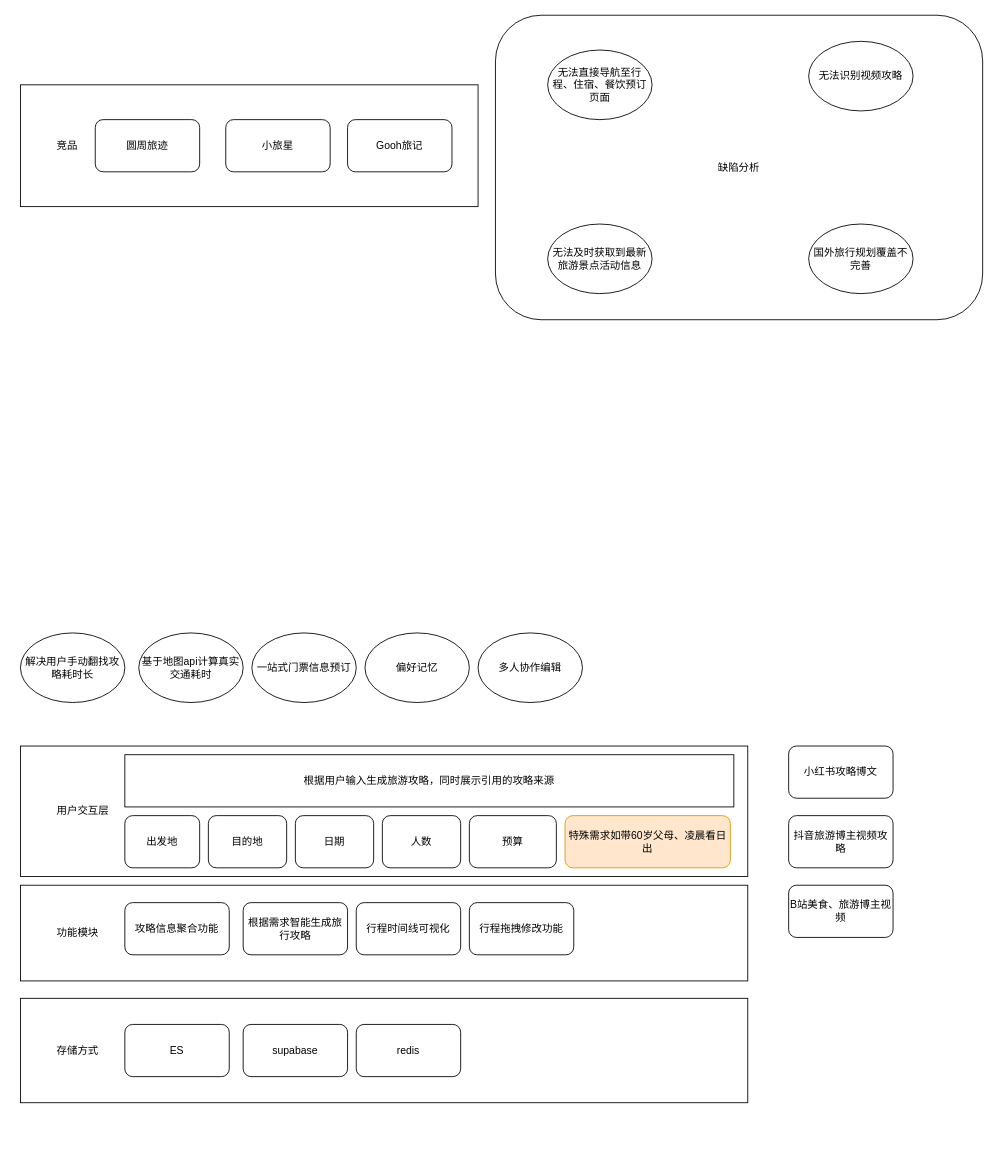
Earlier version of the draw.io diagram 未命名绘图.drawio (Sandwich-git/awesome-java-cn). Source tidied: cells renumbered, new cells numbered last; positions are measured from the earlier drawing's top-left corner, leaving out a move shared by most shapes. Both pictures are drawn from the tidied source at 87%, with x=0, y=0 at pixel (20, 15).
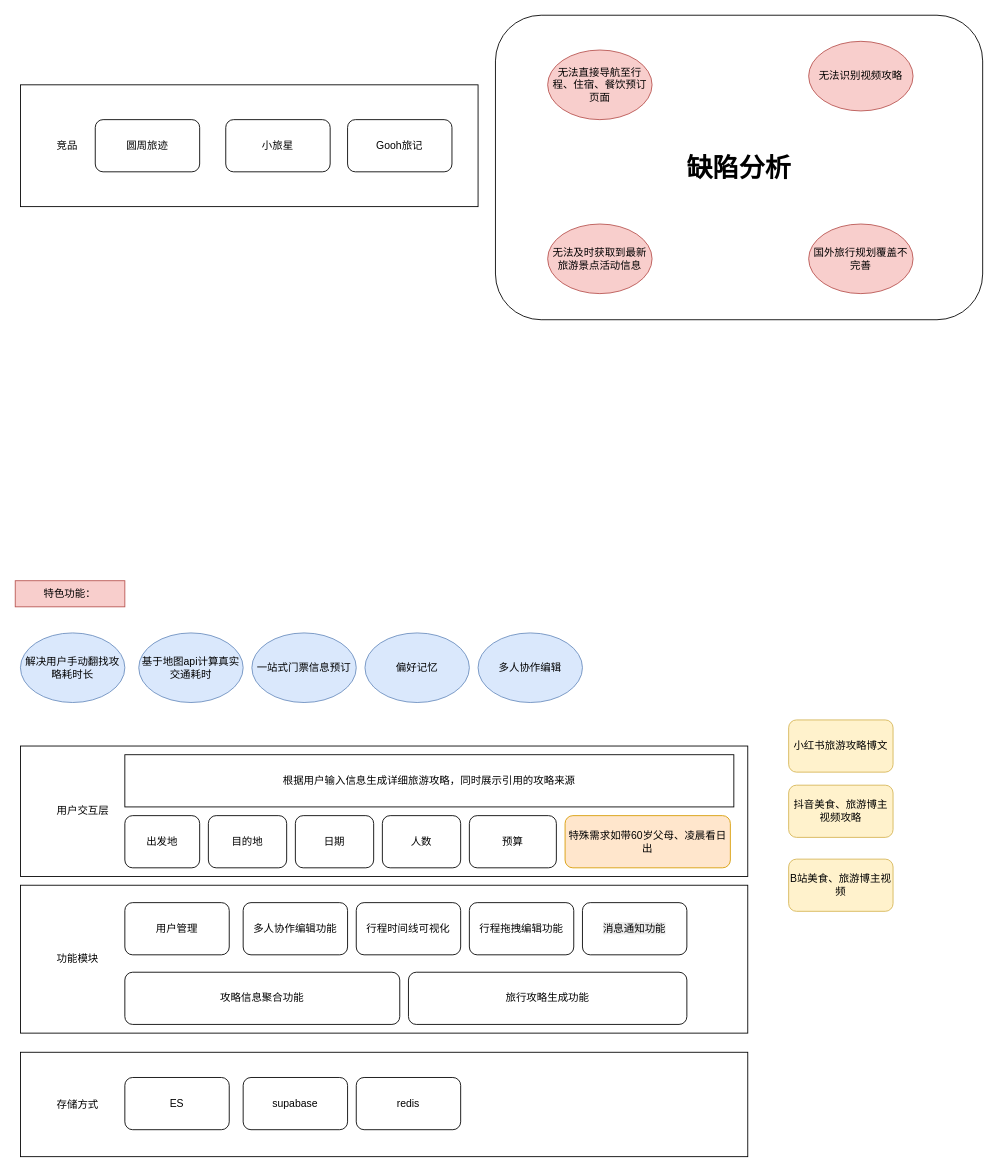
The same page after the edit.

Diff of the diagram source:
```diff
@@
-    <mxCell id="2" value="缺陷分析" style="rounded=1;whiteSpace=wrap;html=1;" parent="1" vertex="1">
+    <mxCell id="2" value="&lt;b&gt;&lt;font style=&quot;font-size: 30px;&quot;&gt;缺陷分析&lt;/font&gt;&lt;/b&gt;" style="rounded=1;whiteSpace=wrap;html=1;" parent="1" vertex="1">
       <mxGeometry x="546" width="560" height="350" as="geometry" />
     </mxCell>
@@
-    <mxCell id="4" value="小红书攻略博文" style="rounded=1;whiteSpace=wrap;html=1;" parent="1" vertex="1">
-      <mxGeometry x="883" y="840" width="120" height="60" as="geometry" />
+    <mxCell id="4" value="小红书旅游攻略博文" style="rounded=1;whiteSpace=wrap;html=1;fillColor=#fff2cc;strokeColor=#d6b656;" parent="1" vertex="1">
+      <mxGeometry x="883" y="810" width="120" height="60" as="geometry" />
     </mxCell>
-    <mxCell id="5" value="抖音旅游博主视频攻略" style="rounded=1;whiteSpace=wrap;html=1;" parent="1" vertex="1">
-      <mxGeometry x="883" y="920" width="120" height="60" as="geometry" />
+    <mxCell id="5" value="抖音美食、旅游博主视频攻略" style="rounded=1;whiteSpace=wrap;html=1;fillColor=#fff2cc;strokeColor=#d6b656;" parent="1" vertex="1">
+      <mxGeometry x="883" y="885" width="120" height="60" as="geometry" />
     </mxCell>
-    <mxCell id="6" value="B站美食、旅游博主视频" style="rounded=1;whiteSpace=wrap;html=1;" parent="1" vertex="1">
-      <mxGeometry x="883" y="1000" width="120" height="60" as="geometry" />
+    <mxCell id="6" value="B站美食、旅游博主视频" style="rounded=1;whiteSpace=wrap;html=1;fillColor=#fff2cc;strokeColor=#d6b656;" parent="1" vertex="1">
+      <mxGeometry x="883" y="970" width="120" height="60" as="geometry" />
     </mxCell>
-    <mxCell id="7" value="根据用户输入生成旅游攻略，同时展示引用的攻略来源" style="rounded=0;whiteSpace=wrap;html=1;" parent="1" vertex="1">
+    <mxCell id="7" value="根据用户输入信息生成详细旅游攻略，同时展示引用的攻略来源" style="rounded=0;whiteSpace=wrap;html=1;" parent="1" vertex="1">
       <mxGeometry x="120" y="850" width="700" height="60" as="geometry" />
     </mxCell>
@@
     <mxCell id="14" value="&lt;blockquote style=&quot;margin: 0 0 0 40px; border: none; padding: 0px;&quot;&gt;功能模块&lt;/blockquote&gt;" style="rounded=0;whiteSpace=wrap;html=1;align=left;" parent="1" vertex="1">
-      <mxGeometry y="1000" width="836" height="110" as="geometry" />
+      <mxGeometry y="1000" width="836" height="170" as="geometry" />
     </mxCell>
     <mxCell id="15" value="攻略信息聚合功能" style="rounded=1;whiteSpace=wrap;html=1;" parent="1" vertex="1">
-      <mxGeometry x="120" y="1020" width="120" height="60" as="geometry" />
+      <mxGeometry x="120" y="1100" width="316" height="60" as="geometry" />
     </mxCell>
-    <mxCell id="16" value="根据需求智能生成旅行攻略" style="rounded=1;whiteSpace=wrap;html=1;" parent="1" vertex="1">
-      <mxGeometry x="256" y="1020" width="120" height="60" as="geometry" />
+    <mxCell id="16" value="旅行攻略生成功能" style="rounded=1;whiteSpace=wrap;html=1;" parent="1" vertex="1">
+      <mxGeometry x="446" y="1100" width="320" height="60" as="geometry" />
     </mxCell>
@@
-    <mxCell id="18" value="行程拖拽修改功能" style="rounded=1;whiteSpace=wrap;html=1;" parent="1" vertex="1">
+    <mxCell id="18" value="行程拖拽编辑功能" style="rounded=1;whiteSpace=wrap;html=1;" parent="1" vertex="1">
       <mxGeometry x="516" y="1020" width="120" height="60" as="geometry" />
     </mxCell>
-    <mxCell id="19" value="解决用户手动翻找攻略耗时长" style="ellipse;whiteSpace=wrap;html=1;" parent="1" vertex="1">
+    <mxCell id="19" value="解决用户手动翻找攻略耗时长" style="ellipse;whiteSpace=wrap;html=1;fillColor=#dae8fc;strokeColor=#6c8ebf;" parent="1" vertex="1">
       <mxGeometry y="710" width="120" height="80" as="geometry" />
     </mxCell>
-    <mxCell id="20" value="基于地图api计算真实交通耗时" style="ellipse;whiteSpace=wrap;html=1;" parent="1" vertex="1">
+    <mxCell id="20" value="基于地图api计算真实交通耗时" style="ellipse;whiteSpace=wrap;html=1;fillColor=#dae8fc;strokeColor=#6c8ebf;" parent="1" vertex="1">
       <mxGeometry x="136" y="710" width="120" height="80" as="geometry" />
     </mxCell>
-    <mxCell id="21" value="一站式门票信息预订" style="ellipse;whiteSpace=wrap;html=1;" parent="1" vertex="1">
+    <mxCell id="21" value="一站式门票信息预订" style="ellipse;whiteSpace=wrap;html=1;fillColor=#dae8fc;strokeColor=#6c8ebf;" parent="1" vertex="1">
       <mxGeometry x="266" y="710" width="120" height="80" as="geometry" />
     </mxCell>
-    <mxCell id="22" value="偏好记忆" style="ellipse;whiteSpace=wrap;html=1;" parent="1" vertex="1">
+    <mxCell id="22" value="偏好记忆" style="ellipse;whiteSpace=wrap;html=1;fillColor=#dae8fc;strokeColor=#6c8ebf;" parent="1" vertex="1">
       <mxGeometry x="396" y="710" width="120" height="80" as="geometry" />
     </mxCell>
-    <mxCell id="23" value="多人协作编辑" style="ellipse;whiteSpace=wrap;html=1;" parent="1" vertex="1">
+    <mxCell id="23" value="多人协作编辑" style="ellipse;whiteSpace=wrap;html=1;fillColor=#dae8fc;strokeColor=#6c8ebf;" parent="1" vertex="1">
       <mxGeometry x="526" y="710" width="120" height="80" as="geometry" />
     </mxCell>
     <mxCell id="24" value="&lt;blockquote style=&quot;margin: 0 0 0 40px; border: none; padding: 0px;&quot;&gt;存储方式&lt;/blockquote&gt;" style="rounded=0;whiteSpace=wrap;html=1;align=left;" parent="1" vertex="1">
-      <mxGeometry y="1130" width="836" height="120" as="geometry" />
+      <mxGeometry y="1192" width="836" height="120" as="geometry" />
     </mxCell>
     <mxCell id="25" value="ES" style="rounded=1;whiteSpace=wrap;html=1;" parent="1" vertex="1">
-      <mxGeometry x="120" y="1160" width="120" height="60" as="geometry" />
+      <mxGeometry x="120" y="1221" width="120" height="60" as="geometry" />
     </mxCell>
     <mxCell id="26" value="supabase" style="rounded=1;whiteSpace=wrap;html=1;" parent="1" vertex="1">
-      <mxGeometry x="256" y="1160" width="120" height="60" as="geometry" />
+      <mxGeometry x="256" y="1221" width="120" height="60" as="geometry" />
     </mxCell>
     <mxCell id="27" value="redis" style="rounded=1;whiteSpace=wrap;html=1;" parent="1" vertex="1">
-      <mxGeometry x="386" y="1160" width="120" height="60" as="geometry" />
+      <mxGeometry x="386" y="1221" width="120" height="60" as="geometry" />
     </mxCell>
@@
-    <mxCell id="32" value="无法直接导航至行程、住宿、餐饮预订页面" style="ellipse;whiteSpace=wrap;html=1;" parent="1" vertex="1">
+    <mxCell id="32" value="无法直接导航至行程、住宿、餐饮预订页面" style="ellipse;whiteSpace=wrap;html=1;fillColor=#f8cecc;strokeColor=#b85450;" parent="1" vertex="1">
       <mxGeometry x="606" y="40" width="120" height="80" as="geometry" />
     </mxCell>
-    <mxCell id="33" value="无法识别视频攻略" style="ellipse;whiteSpace=wrap;html=1;" parent="1" vertex="1">
+    <mxCell id="33" value="无法识别视频攻略" style="ellipse;whiteSpace=wrap;html=1;fillColor=#f8cecc;strokeColor=#b85450;" parent="1" vertex="1">
       <mxGeometry x="906" y="30" width="120" height="80" as="geometry" />
     </mxCell>
-    <mxCell id="34" value="无法及时获取到最新旅游景点活动信息" style="ellipse;whiteSpace=wrap;html=1;" parent="1" vertex="1">
+    <mxCell id="34" value="无法及时获取到最新旅游景点活动信息" style="ellipse;whiteSpace=wrap;html=1;fillColor=#f8cecc;strokeColor=#b85450;" parent="1" vertex="1">
       <mxGeometry x="606" y="240" width="120" height="80" as="geometry" />
     </mxCell>
-    <mxCell id="35" value="国外旅行规划覆盖不完善" style="ellipse;whiteSpace=wrap;html=1;" parent="1" vertex="1">
+    <mxCell id="35" value="国外旅行规划覆盖不完善" style="ellipse;whiteSpace=wrap;html=1;fillColor=#f8cecc;strokeColor=#b85450;" parent="1" vertex="1">
       <mxGeometry x="906" y="240" width="120" height="80" as="geometry" />
     </mxCell>
+    <mxCell id="36" value="多人协作编辑功能" style="rounded=1;whiteSpace=wrap;html=1;" parent="1" vertex="1">
+      <mxGeometry x="256" y="1020" width="120" height="60" as="geometry" />
+    </mxCell>
+    <mxCell id="37" value="用户管理" style="rounded=1;whiteSpace=wrap;html=1;" parent="1" vertex="1">
+      <mxGeometry x="120" y="1020" width="120" height="60" as="geometry" />
+    </mxCell>
+    <mxCell id="38" value="&lt;span style=&quot;color: rgb(0, 0, 0); font-family: Helvetica; font-size: 12px; font-style: normal; font-variant-ligatures: normal; font-variant-caps: normal; font-weight: 400; letter-spacing: normal; orphans: 2; text-align: center; text-indent: 0px; text-transform: none; widows: 2; word-spacing: 0px; -webkit-text-stroke-width: 0px; white-space: normal; background-color: rgb(236, 236, 236); text-decoration-thickness: initial; text-decoration-style: initial; text-decoration-color: initial; float: none; display: inline !important;&quot;&gt;消息通知功能&lt;/span&gt;" style="rounded=1;whiteSpace=wrap;html=1;" parent="1" vertex="1">
+      <mxGeometry x="646" y="1020" width="120" height="60" as="geometry" />
+    </mxCell>
+    <mxCell id="39" value="特色功能：" style="text;html=1;align=center;verticalAlign=middle;whiteSpace=wrap;rounded=0;fillColor=#f8cecc;strokeColor=#b85450;" parent="1" vertex="1">
+      <mxGeometry x="-6" y="650" width="126" height="30" as="geometry" />
+    </mxCell>
```
